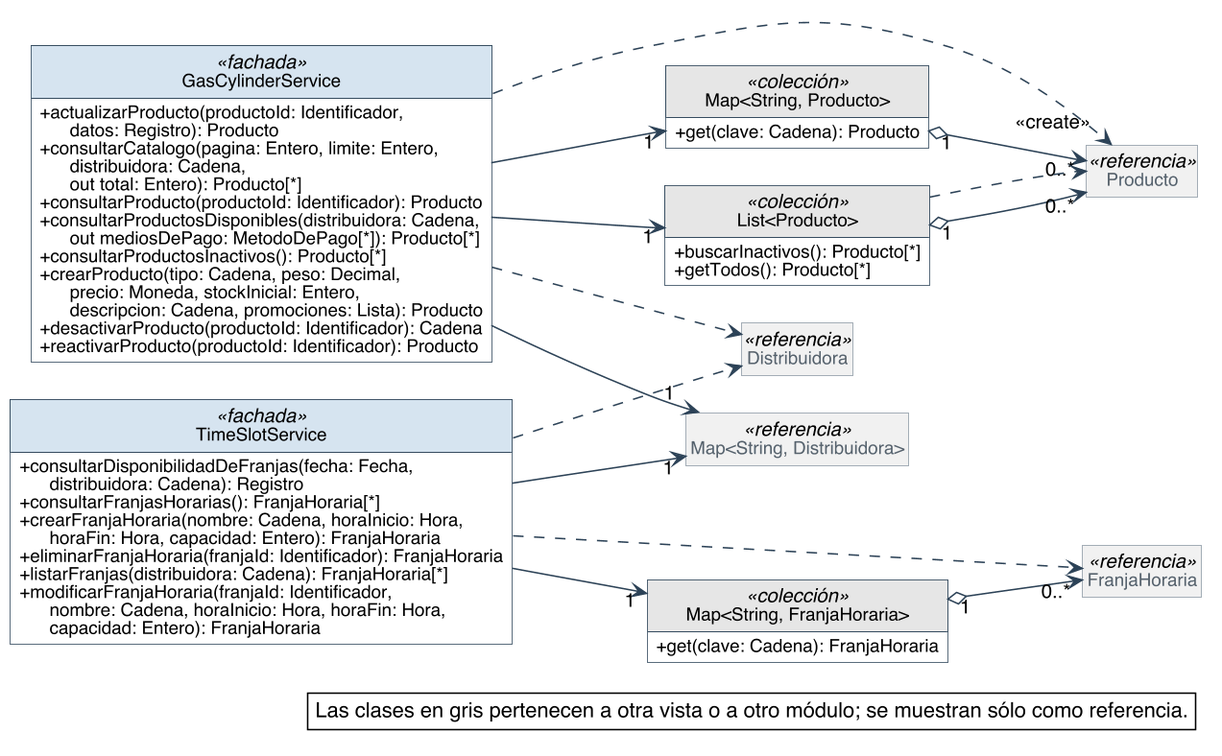
Nahuelito-Dev/splg-docs keeps this PlantUML diagram as diagramas/clases-diseno/DC_Mod_Productos-y-franjas.png. Above is the earlier version.
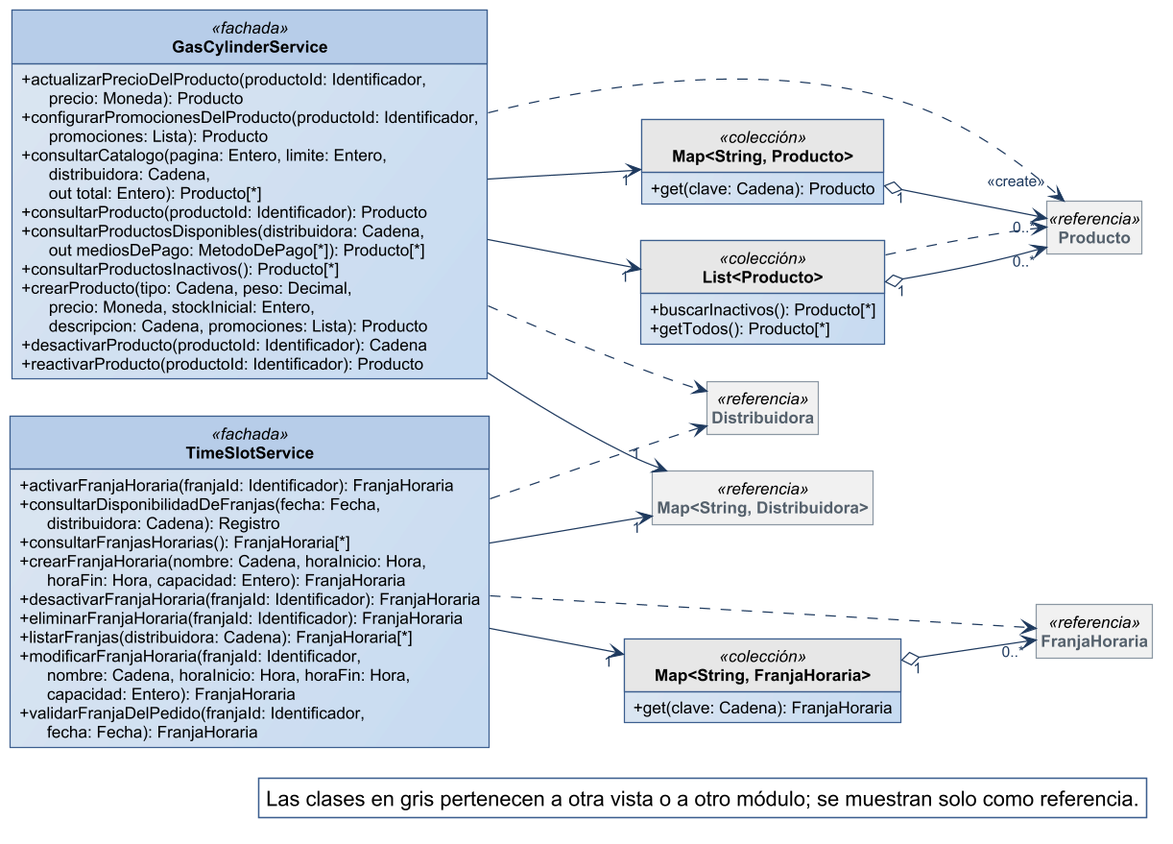
Above is the later version.

What changed in the source:
```diff
@@ -1,59 +1,29 @@
 @startuml
-skinparam backgroundColor #FFFFFF
-skinparam shadowing false
-skinparam defaultFontName Helvetica
-skinparam defaultFontSize 13
-skinparam dpi 150
+!include ../estilo-vp.iuml
 skinparam nodesep 40
 skinparam ranksep 55
-skinparam classAttributeIconSize 0
-skinparam roundCorner 0
 skinparam genericDisplay old
-skinparam class {
-  BorderColor #2C4257
-  BackgroundColor #FFFFFF
-  ArrowColor #2C4257
-  FontSize 14
-  AttributeFontSize 12
-  HeaderBackgroundColor #E8EEF3
-}
 skinparam class<<referencia>> {
   BackgroundColor #F1F1F1
   BorderColor #8A97A3
   FontColor #55616C
 }
 skinparam class<<fachada>> {
-  HeaderBackgroundColor #D6E4F0
+  HeaderBackgroundColor #B7CDE8
 }
 skinparam class<<controlador>> {
-  HeaderBackgroundColor #D6E4F0
+  HeaderBackgroundColor #B7CDE8
 }
 skinparam class<<fabricación pura>> {
-  HeaderBackgroundColor #F3E9CF
+  HeaderBackgroundColor #E4ECF6
 }
 skinparam class<<colección>> {
   HeaderBackgroundColor #E6E6E6
 }
 skinparam class<<adaptador>> {
-  HeaderBackgroundColor #DCEBDD
-}
-skinparam interface {
-  BorderColor #2C4257
-  BackgroundColor #FFFFFF
-  HeaderBackgroundColor #DCEBDD
-  FontSize 14
-  AttributeFontSize 12
-}
-skinparam note {
-  BackgroundColor #FFFFFF
-  BorderColor #2C4257
+  HeaderBackgroundColor #D5E3F3
 }
 skinparam packageStyle rectangle
-skinparam package {
-  BorderColor #8A97A3
-  FontSize 13
-  FontColor #55616C
-}
 hide circle
 hide empty members
 
@@ -61,7 +31,8 @@
 skinparam nodesep 25
 skinparam ranksep 90
 class GasCylinderService <<fachada>> {
-  + actualizarProducto(productoId: Identificador,\n      datos: Registro): Producto
+  + actualizarPrecioDelProducto(productoId: Identificador,\n      precio: Moneda): Producto
+  + configurarPromocionesDelProducto(productoId: Identificador,\n      promociones: Lista): Producto
   + consultarCatalogo(pagina: Entero, limite: Entero,\n      distribuidora: Cadena,\n      out total: Entero): Producto[*]
   + consultarProducto(productoId: Identificador): Producto
   + consultarProductosDisponibles(distribuidora: Cadena,\n      out mediosDePago: MetodoDePago[*]): Producto[*]
@@ -78,12 +49,15 @@
   + getTodos(): Producto[*]
 }
 class TimeSlotService <<fachada>> {
+  + activarFranjaHoraria(franjaId: Identificador): FranjaHoraria
   + consultarDisponibilidadDeFranjas(fecha: Fecha,\n      distribuidora: Cadena): Registro
   + consultarFranjasHorarias(): FranjaHoraria[*]
   + crearFranjaHoraria(nombre: Cadena, horaInicio: Hora,\n      horaFin: Hora, capacidad: Entero): FranjaHoraria
+  + desactivarFranjaHoraria(franjaId: Identificador): FranjaHoraria
   + eliminarFranjaHoraria(franjaId: Identificador): FranjaHoraria
   + listarFranjas(distribuidora: Cadena): FranjaHoraria[*]
   + modificarFranjaHoraria(franjaId: Identificador,\n      nombre: Cadena, horaInicio: Hora, horaFin: Hora,\n      capacidad: Entero): FranjaHoraria
+  + validarFranjaDelPedido(franjaId: Identificador,\n      fecha: Fecha): FranjaHoraria
 }
 class "Map<String, FranjaHoraria>" as Map_String_FranjaHoraria <<colección>> {
   + get(clave: Cadena): FranjaHoraria
@@ -108,6 +82,6 @@
 TimeSlotService ..> FranjaHoraria
 
 legend bottom right
-  Las clases en gris pertenecen a otra vista o a otro módulo; se muestran sólo como referencia.
+  Las clases en gris pertenecen a otra vista o a otro módulo; se muestran solo como referencia.
 endlegend
 @enduml
```
